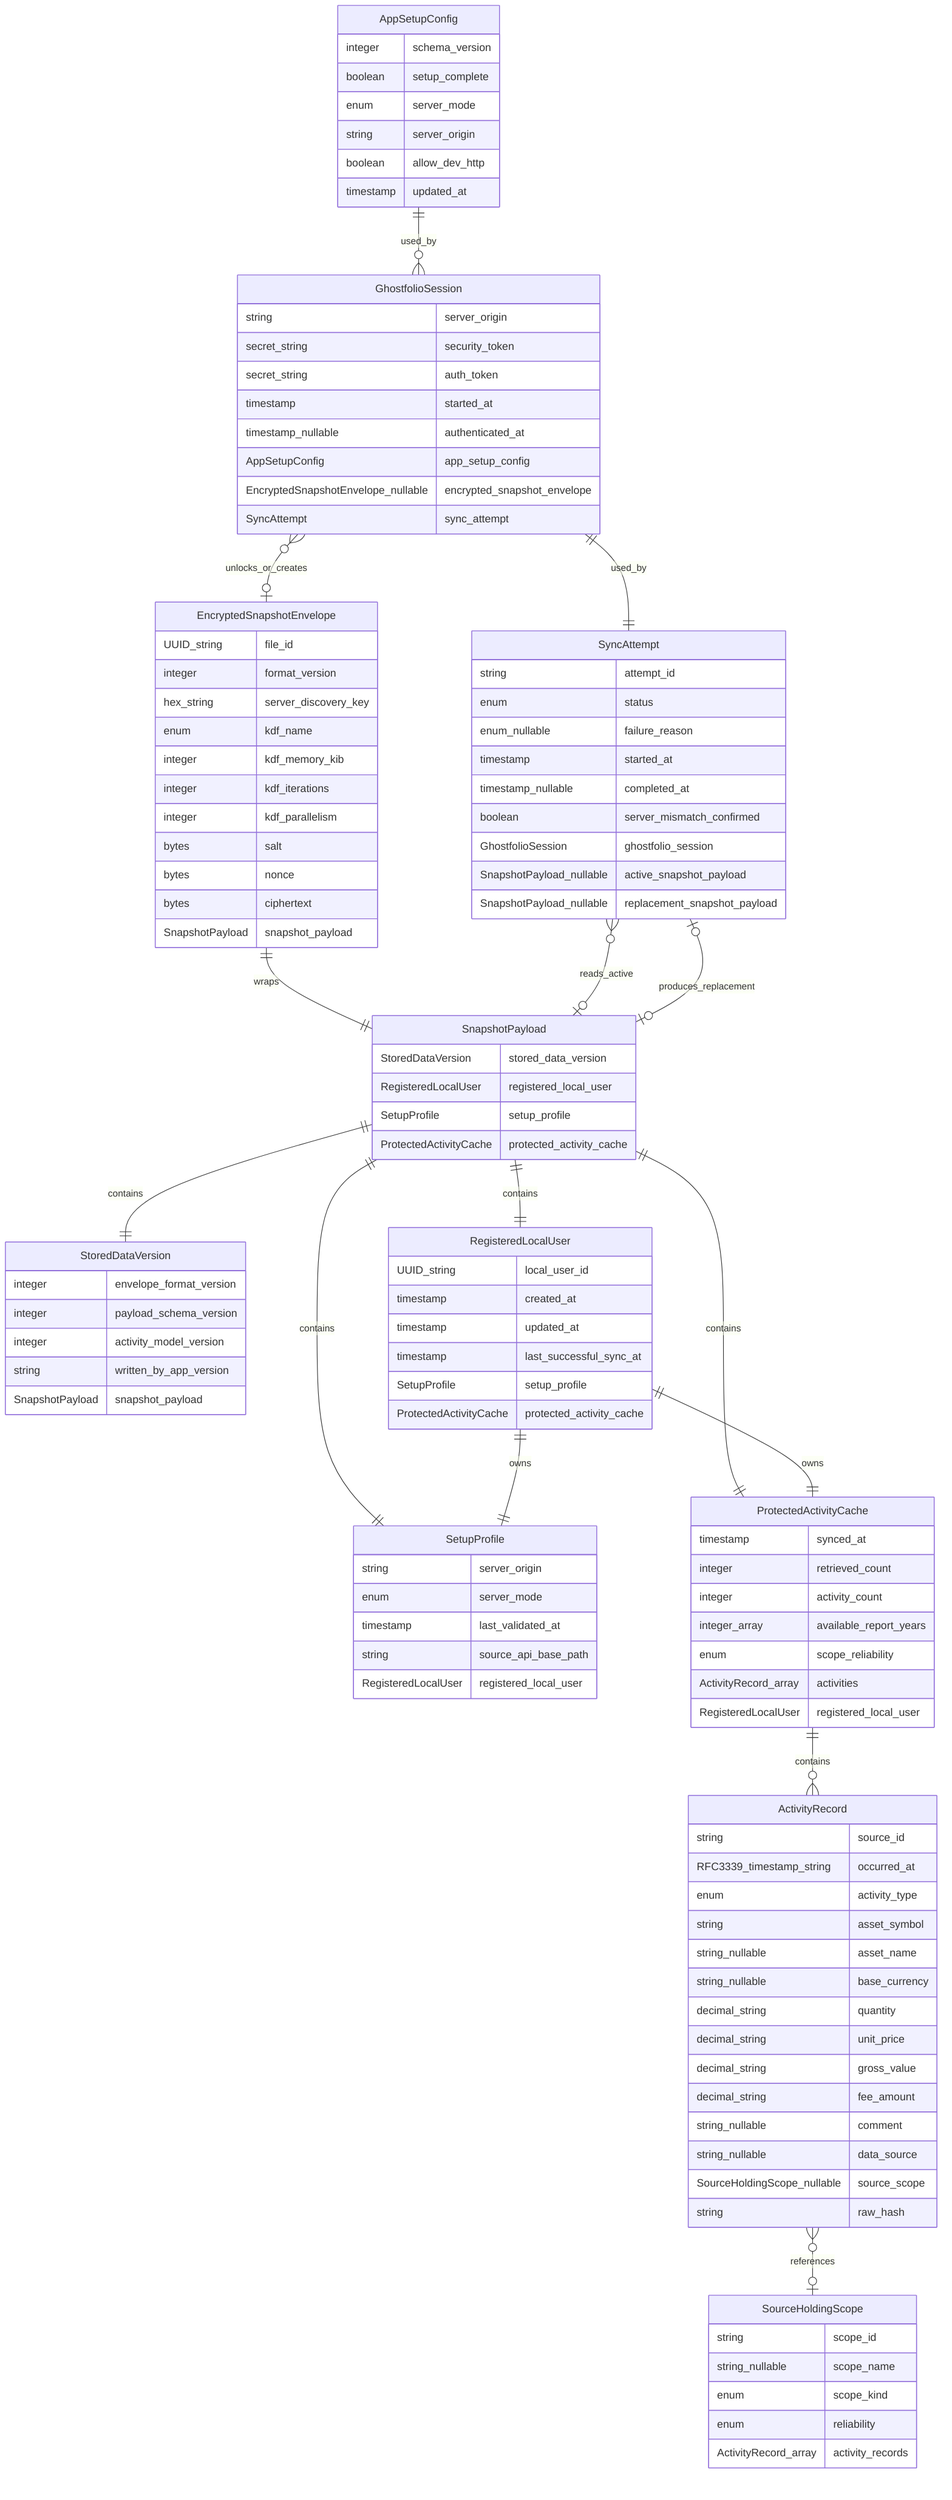
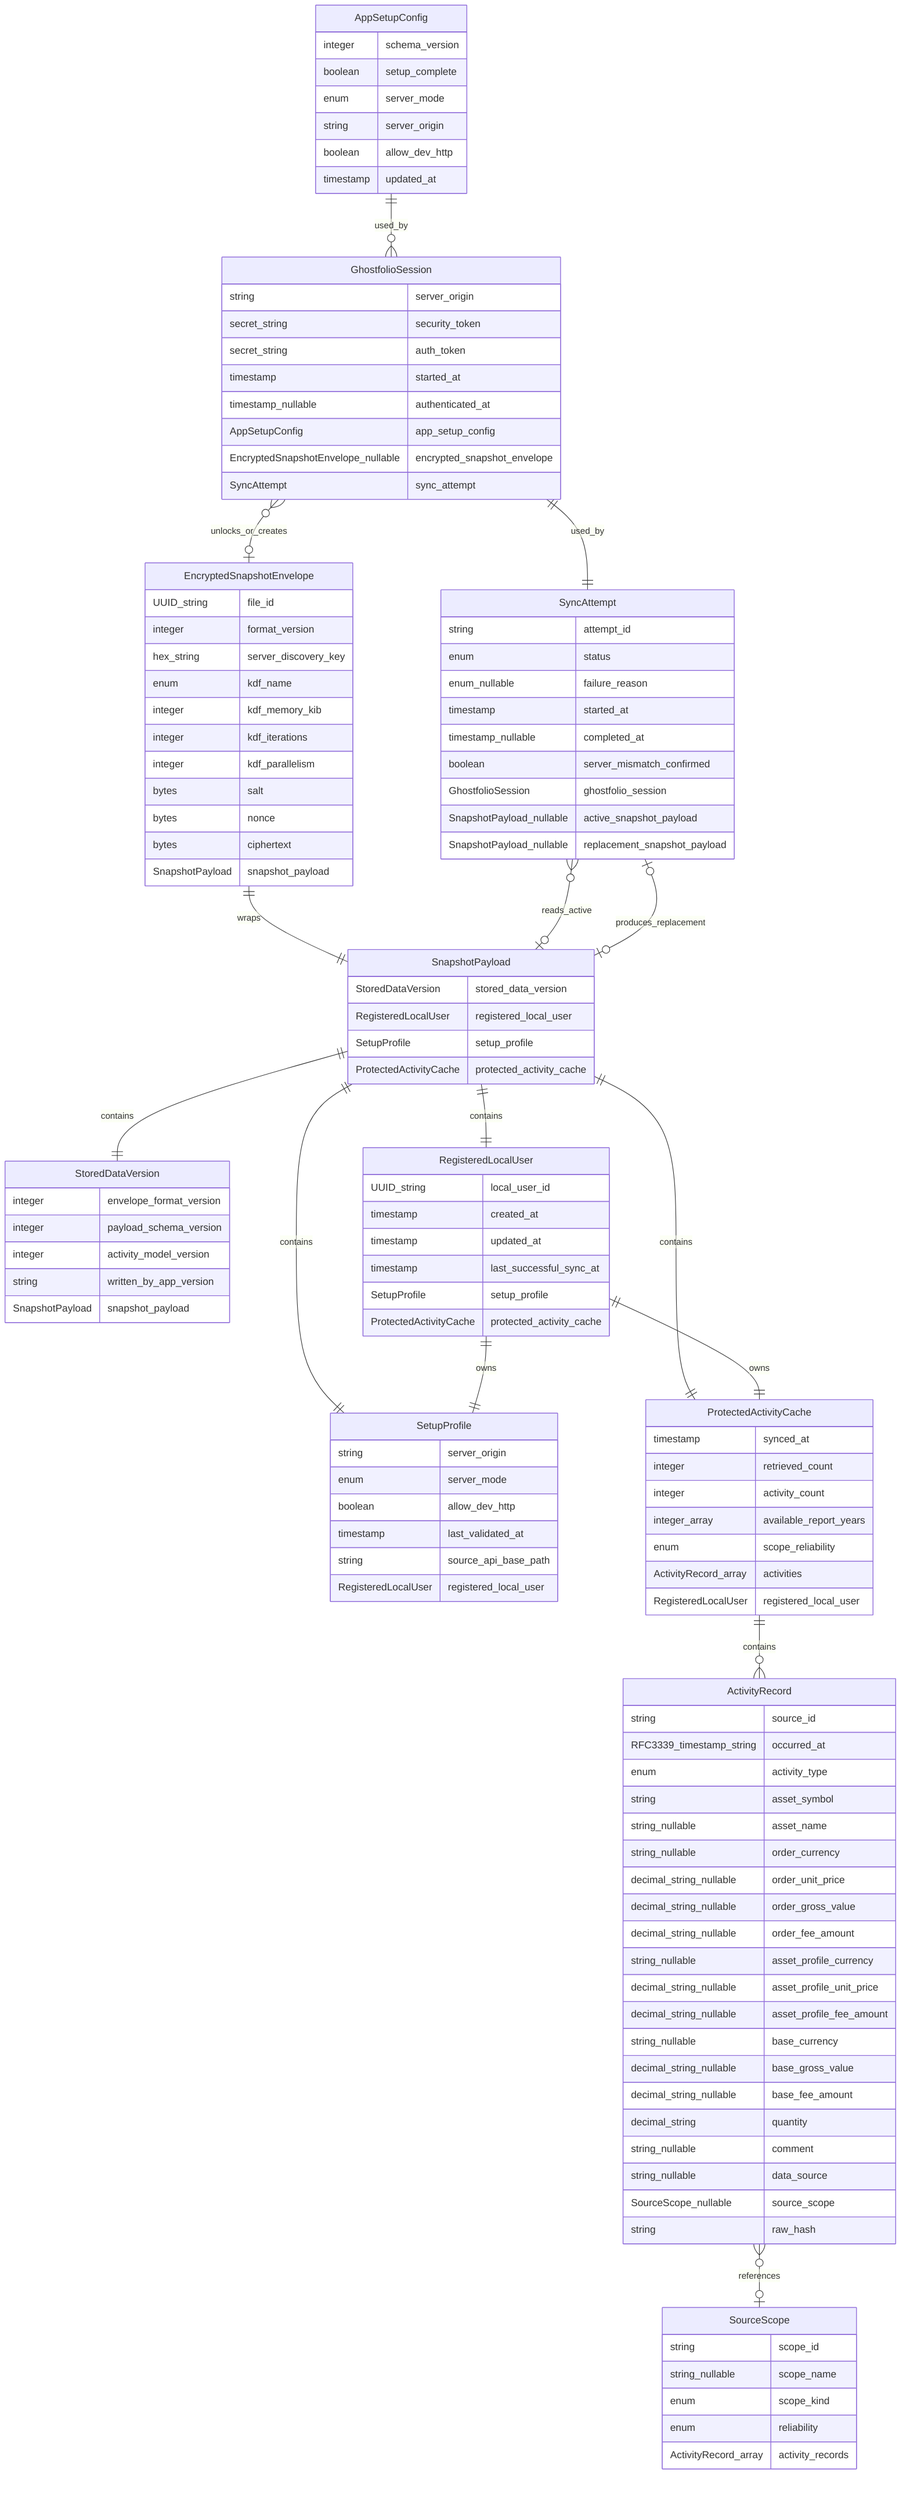
erDiagram
    AppSetupConfig {
        integer schema_version
        boolean setup_complete
        enum server_mode
        string server_origin
        boolean allow_dev_http
        timestamp updated_at
    }

    EncryptedSnapshotEnvelope {
        UUID_string file_id
        integer format_version
        hex_string server_discovery_key
        enum kdf_name
        integer kdf_memory_kib
        integer kdf_iterations
        integer kdf_parallelism
        bytes salt
        bytes nonce
        bytes ciphertext
        SnapshotPayload snapshot_payload
    }

    StoredDataVersion {
        integer envelope_format_version
        integer payload_schema_version
        integer activity_model_version
        string written_by_app_version
        SnapshotPayload snapshot_payload
    }

    SnapshotPayload {
        StoredDataVersion stored_data_version
        RegisteredLocalUser registered_local_user
        SetupProfile setup_profile
        ProtectedActivityCache protected_activity_cache
    }

    RegisteredLocalUser {
        UUID_string local_user_id
        timestamp created_at
        timestamp updated_at
        timestamp last_successful_sync_at
        SetupProfile setup_profile
        ProtectedActivityCache protected_activity_cache
    }

    SetupProfile {
        string server_origin
        enum server_mode
+         boolean allow_dev_http
        timestamp last_validated_at
        string source_api_base_path
        RegisteredLocalUser registered_local_user
    }

    ProtectedActivityCache {
        timestamp synced_at
        integer retrieved_count
        integer activity_count
        integer_array available_report_years
        enum scope_reliability
        ActivityRecord_array activities
        RegisteredLocalUser registered_local_user
    }

    ActivityRecord {
        string source_id
        RFC3339_timestamp_string occurred_at
        enum activity_type
        string asset_symbol
        string_nullable asset_name
+         string_nullable order_currency
+         decimal_string_nullable order_unit_price
+         decimal_string_nullable order_gross_value
+         decimal_string_nullable order_fee_amount
+         string_nullable asset_profile_currency
+         decimal_string_nullable asset_profile_unit_price
+         decimal_string_nullable asset_profile_fee_amount
        string_nullable base_currency
+         decimal_string_nullable base_gross_value
+         decimal_string_nullable base_fee_amount
        decimal_string quantity
-         decimal_string unit_price
-         decimal_string gross_value
-         decimal_string fee_amount
        string_nullable comment
        string_nullable data_source
-         SourceHoldingScope_nullable source_scope
+         SourceScope_nullable source_scope
        string raw_hash
    }

-     SourceHoldingScope {
+     SourceScope {
        string scope_id
        string_nullable scope_name
        enum scope_kind
        enum reliability
        ActivityRecord_array activity_records
    }

    GhostfolioSession {
        string server_origin
        secret_string security_token
        secret_string auth_token
        timestamp started_at
        timestamp_nullable authenticated_at
        AppSetupConfig app_setup_config
        EncryptedSnapshotEnvelope_nullable encrypted_snapshot_envelope
        SyncAttempt sync_attempt
    }

    SyncAttempt {
        string attempt_id
        enum status
        enum_nullable failure_reason
        timestamp started_at
        timestamp_nullable completed_at
        boolean server_mismatch_confirmed
        GhostfolioSession ghostfolio_session
        SnapshotPayload_nullable active_snapshot_payload
        SnapshotPayload_nullable replacement_snapshot_payload
    }

    EncryptedSnapshotEnvelope ||--|| SnapshotPayload : wraps
    SnapshotPayload ||--|| StoredDataVersion : contains
    SnapshotPayload ||--|| RegisteredLocalUser : contains
    SnapshotPayload ||--|| SetupProfile : contains
    SnapshotPayload ||--|| ProtectedActivityCache : contains

    RegisteredLocalUser ||--|| SetupProfile : owns
    RegisteredLocalUser ||--|| ProtectedActivityCache : owns

    ProtectedActivityCache ||--o{ ActivityRecord : contains
-     ActivityRecord }o--o| SourceHoldingScope : references
+     ActivityRecord }o--o| SourceScope : references

    AppSetupConfig ||--o{ GhostfolioSession : used_by
    GhostfolioSession }o--o| EncryptedSnapshotEnvelope : unlocks_or_creates
    GhostfolioSession ||--|| SyncAttempt : used_by
    SyncAttempt }o--o| SnapshotPayload : reads_active
    SyncAttempt o|--o| SnapshotPayload : produces_replacement
